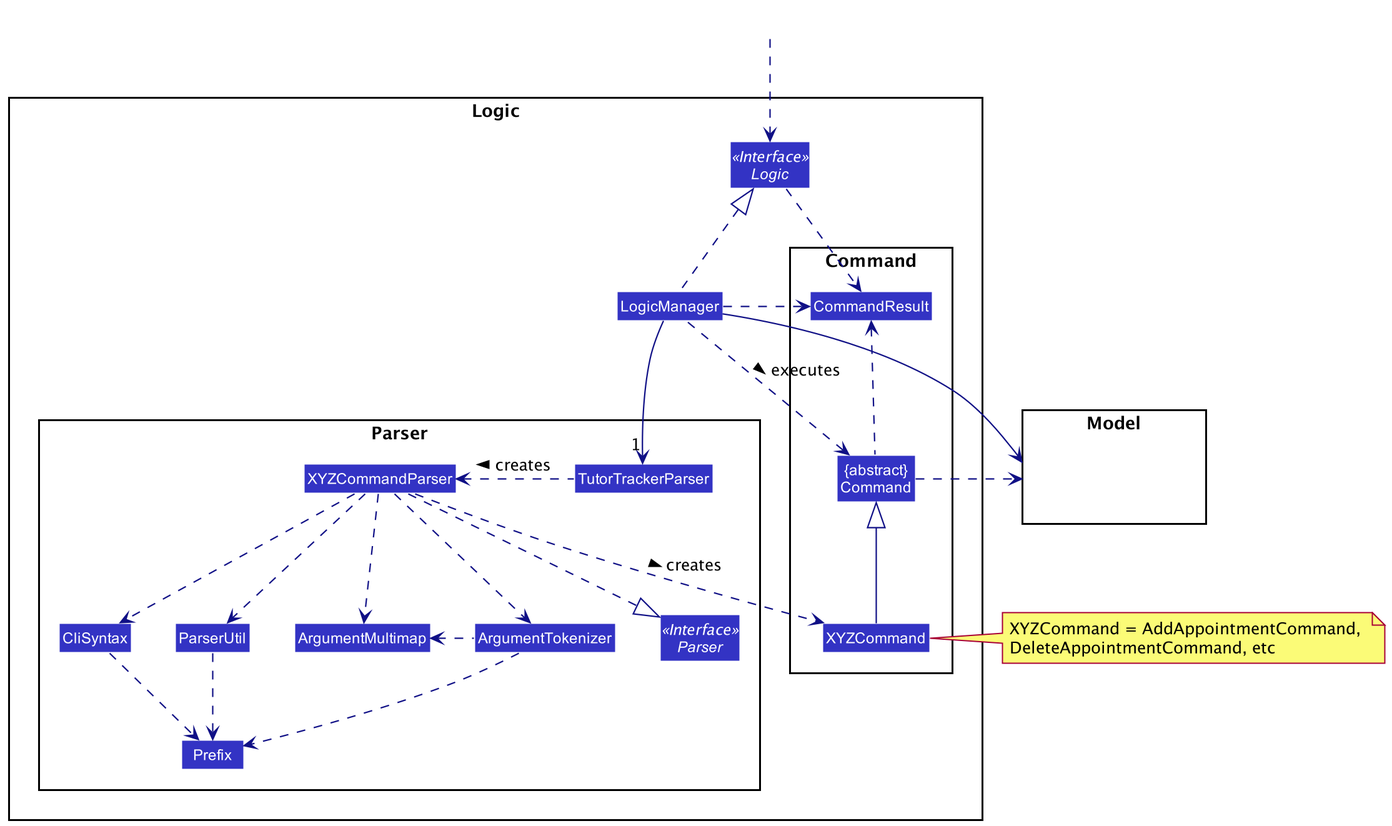
Earlier version of the PlantUML export docs/images/LogicClassDiagram.png (nus-cs2103-AY2021S2/tp). Its source is kept beside it as docs/diagrams/LogicClassDiagram.puml.
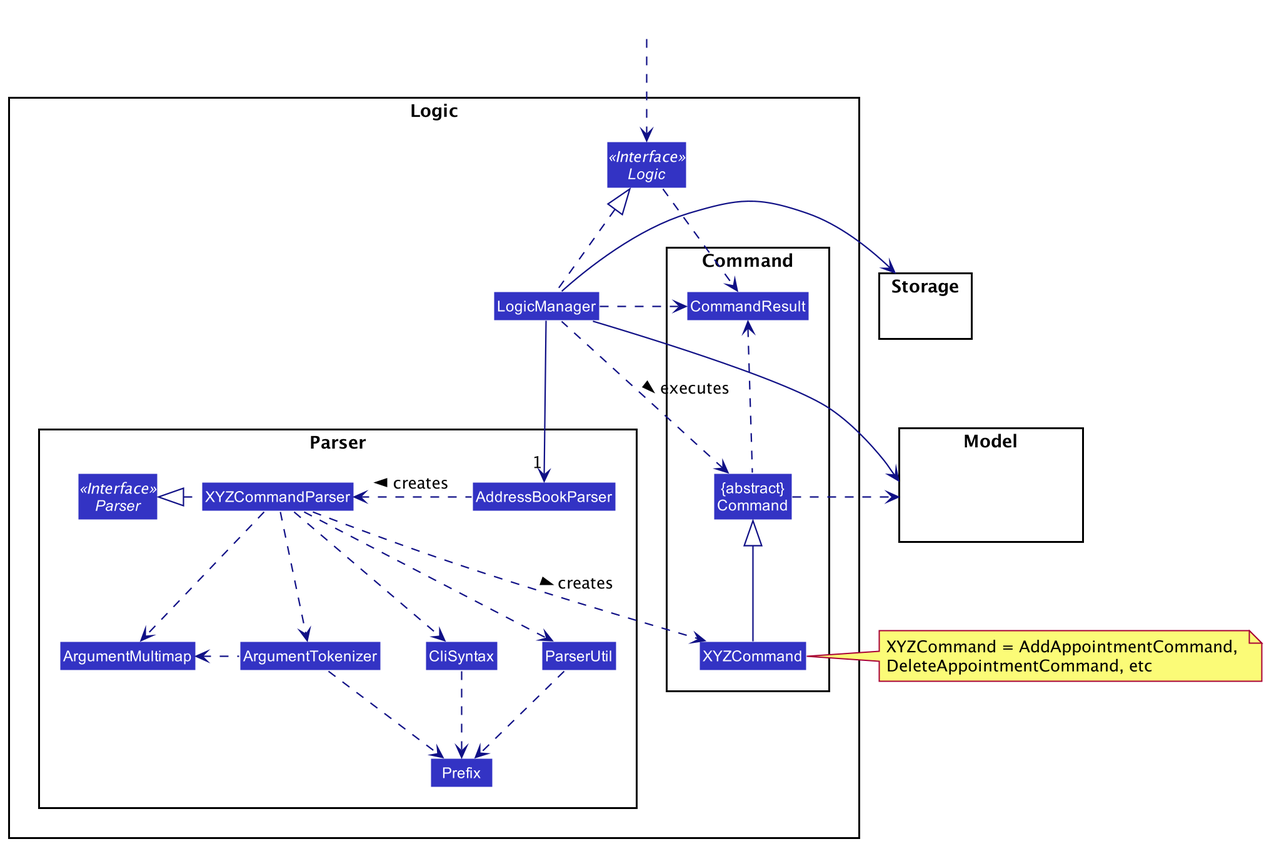
The same diagram one commit later.

Commit message:
Update logic class diagram

What changed in the source:
```diff
@@ -8,7 +8,7 @@
 
 package Parser {
 Interface Parser <<Interface>>
-Class TutorTrackerParser
+Class AddressBookParser
 Class XYZCommandParser
 Class CliSyntax
 Class ParserUtil
@@ -31,15 +31,19 @@
 Class HiddenModel #FFFFFF
 }
 
+package Storage{
+Class HiddenModel #FFFFFF
+}
+
 Class HiddenOutside #FFFFFF
 HiddenOutside ..> Logic
 
 LogicManager .up.|> Logic
-LogicManager -->"1" TutorTrackerParser
-TutorTrackerParser .left.> XYZCommandParser: creates >
+LogicManager -->"1" AddressBookParser
+AddressBookParser .left.> XYZCommandParser: creates >
 
 XYZCommandParser ..> XYZCommand : creates >
-XYZCommandParser ..|> Parser
+XYZCommandParser .left.|> Parser
 XYZCommandParser ..> ArgumentMultimap
 XYZCommandParser ..> ArgumentTokenizer
 ArgumentTokenizer .left.> ArgumentMultimap
@@ -52,7 +56,11 @@
 LogicManager .left.> Command : executes >
 
 LogicManager --> Model
+LogicManager --> Storage
+Storage --[hidden] Model
+Command .[hidden]up.> Storage
 Command .right.> Model
+
 note right of XYZCommand: XYZCommand = AddAppointmentCommand, \nDeleteAppointmentCommand, etc
 
 Logic ..> CommandResult
```
